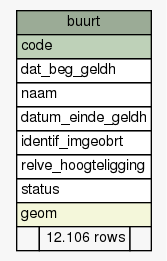
The Graphviz diagram datamodel/schemaspy/diagrams/summary/buurt.1degree.png in B3Partners/brmo, before a commit. Its source is kept beside it as datamodel/schemaspy/diagrams/summary/buurt.1degree.dot.
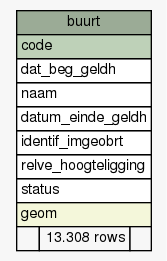
After the change.

What changed in the source:
```diff
@@ -27,7 +27,7 @@
       <TR><TD PORT="relve_hoogteligging" COLSPAN="3" ALIGN="LEFT">relve_hoogteligging</TD></TR>
       <TR><TD PORT="status" COLSPAN="3" ALIGN="LEFT">status</TD></TR>
       <TR><TD PORT="geom" COLSPAN="3" BGCOLOR="#f4f7da" ALIGN="LEFT">geom</TD></TR>
-      <TR><TD ALIGN="LEFT" BGCOLOR="#f7f7f7">  </TD><TD ALIGN="RIGHT" BGCOLOR="#f7f7f7">12.106 rows</TD><TD ALIGN="RIGHT" BGCOLOR="#f7f7f7">  </TD></TR>
+      <TR><TD ALIGN="LEFT" BGCOLOR="#f7f7f7">  </TD><TD ALIGN="RIGHT" BGCOLOR="#f7f7f7">13.308 rows</TD><TD ALIGN="RIGHT" BGCOLOR="#f7f7f7">  </TD></TR>
     </TABLE>>
     URL="tables/buurt.html"
     tooltip="buurt"
```
